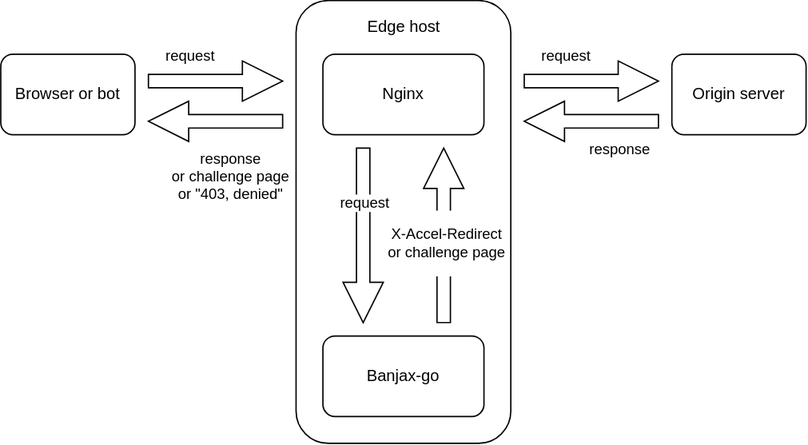
Above: edge-diagram.svg in deflect-ca/banjax (draw.io), before the change. Source tidied: cells renumbered, new cells last; positions are measured from the earlier drawing's top-left corner, leaving out a move shared by most shapes.
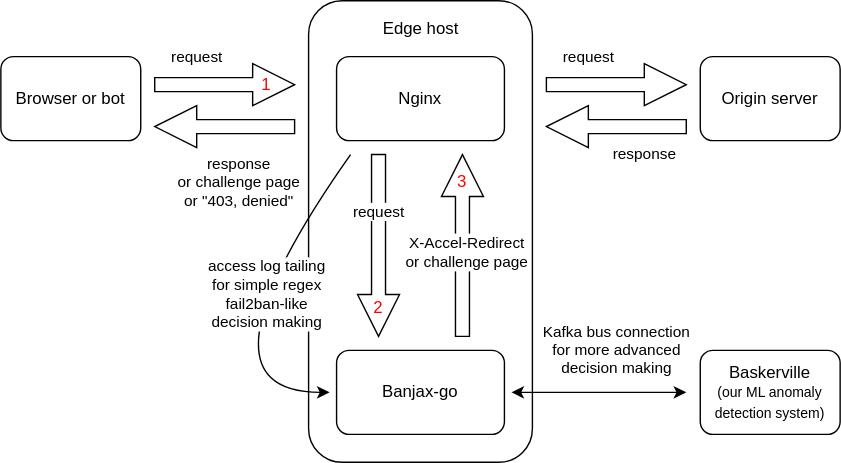
Above is the later version.

What changed in the source:
```diff
@@ -19,11 +19,6 @@
         <mxPoint x="330" y="110" as="targetPoint" />
       </mxGeometry>
     </mxCell>
-    <mxCell id="5" value="&lt;p style=&quot;line-height: 80%&quot;&gt;&lt;/p&gt;&lt;div&gt;X-Accel-Redirect&lt;/div&gt;or challenge page&lt;br&gt;&lt;p&gt;&lt;/p&gt;" style="edgeLabel;html=1;align=center;verticalAlign=middle;" parent="4" vertex="1">
-      <mxGeometry relative="1" as="geometry">
-        <mxPoint x="1" y="5" as="offset" />
-      </mxGeometry>
-    </mxCell>
     <mxCell id="6" value="Nginx" style="rounded=1;whiteSpace=wrap;html=1;" parent="1" vertex="1">
       <mxGeometry x="240" y="40" width="120" height="60" as="geometry" />
     </mxCell>
@@ -86,5 +81,50 @@
     <mxCell id="19" value="&lt;div style=&quot;font-size: 12px&quot;&gt;&lt;font style=&quot;font-size: 12px&quot;&gt;Edge host&lt;br&gt;&lt;/font&gt;&lt;/div&gt;" style="text;strokeColor=none;fillColor=none;html=1;fontSize=24;fontStyle=0;verticalAlign=middle;align=center;" parent="1" vertex="1">
       <mxGeometry x="250" width="100" height="40" as="geometry" />
     </mxCell>
+    <mxCell id="5" value="X-Accel-Redirect&lt;br&gt;or challenge page" style="edgeLabel;html=1;align=center;verticalAlign=middle;spacingRight=0;labelPosition=center;verticalLabelPosition=middle;" parent="1" vertex="1">
+      <mxGeometry x="336" y="180" as="geometry">
+        <mxPoint x="-3" as="offset" />
+      </mxGeometry>
+    </mxCell>
+    <mxCell id="20" style="curved=1;endArrow=classic;html=1;" parent="1" edge="1">
+      <mxGeometry relative="1" as="geometry">
+        <mxPoint x="250" y="110" as="sourcePoint" />
+        <mxPoint x="235" y="280" as="targetPoint" />
+        <Array as="points">
+          <mxPoint x="130" y="280" />
+        </Array>
+      </mxGeometry>
+    </mxCell>
+    <mxCell id="21" value="access log tailing&lt;br&gt;for simple regex&lt;br&gt;fail2ban-like&lt;br&gt;decision making" style="edgeLabel;html=1;align=center;verticalAlign=middle;" parent="1" vertex="1">
+      <mxGeometry x="190" y="210" as="geometry" />
+    </mxCell>
+    <mxCell id="22" value="&lt;font color=&quot;#FF0000&quot;&gt;1&lt;/font&gt;" style="text;html=1;strokeColor=none;fillColor=none;align=center;verticalAlign=middle;whiteSpace=wrap;rounded=0;" parent="1" vertex="1">
+      <mxGeometry x="170" y="50" width="40" height="20" as="geometry" />
+    </mxCell>
+    <mxCell id="23" value="&lt;font color=&quot;#FF0000&quot;&gt;2&lt;/font&gt;" style="text;html=1;strokeColor=none;fillColor=none;align=center;verticalAlign=middle;whiteSpace=wrap;rounded=0;" parent="1" vertex="1">
+      <mxGeometry x="250" y="210" width="40" height="20" as="geometry" />
+    </mxCell>
+    <mxCell id="24" value="&lt;font color=&quot;#FF0000&quot;&gt;3&lt;/font&gt;" style="text;html=1;strokeColor=none;fillColor=none;align=center;verticalAlign=middle;whiteSpace=wrap;rounded=0;" parent="1" vertex="1">
+      <mxGeometry x="310" y="120" width="40" height="20" as="geometry" />
+    </mxCell>
+    <mxCell id="25" style="rounded=1;whiteSpace=wrap;html=1;fillColor=none;labelPosition=center;verticalLabelPosition=middle;align=center;verticalAlign=middle;" parent="1" vertex="1">
+      <mxGeometry x="500" y="250" width="100" height="60" as="geometry" />
+    </mxCell>
+    <mxCell id="26" style="endArrow=classic;startArrow=classic;html=1;strokeColor=#000000;edgeStyle=orthogonalEdgeStyle;" parent="1" edge="1">
+      <mxGeometry relative="1" as="geometry">
+        <mxPoint x="365" y="280" as="sourcePoint" />
+        <mxPoint x="490" y="280" as="targetPoint" />
+        <Array as="points">
+          <mxPoint x="430" y="280" />
+          <mxPoint x="430" y="280" />
+        </Array>
+      </mxGeometry>
+    </mxCell>
+    <mxCell id="27" value="Kafka bus connection&lt;br&gt;for more advanced&lt;br&gt;decision making" style="edgeLabel;html=1;align=center;verticalAlign=middle;" parent="1" vertex="1">
+      <mxGeometry x="440" y="250" as="geometry" />
+    </mxCell>
+    <mxCell id="28" value="Baskerville&lt;br&gt;&lt;font style=&quot;font-size: 10px&quot;&gt;(our ML anomaly detection system)&lt;/font&gt;" style="text;html=1;strokeColor=none;fillColor=none;align=center;verticalAlign=middle;whiteSpace=wrap;rounded=0;" parent="1" vertex="1">
+      <mxGeometry x="500" y="270" width="100" height="20" as="geometry" />
+    </mxCell>
   </root>
 </mxGraphModel>
```
